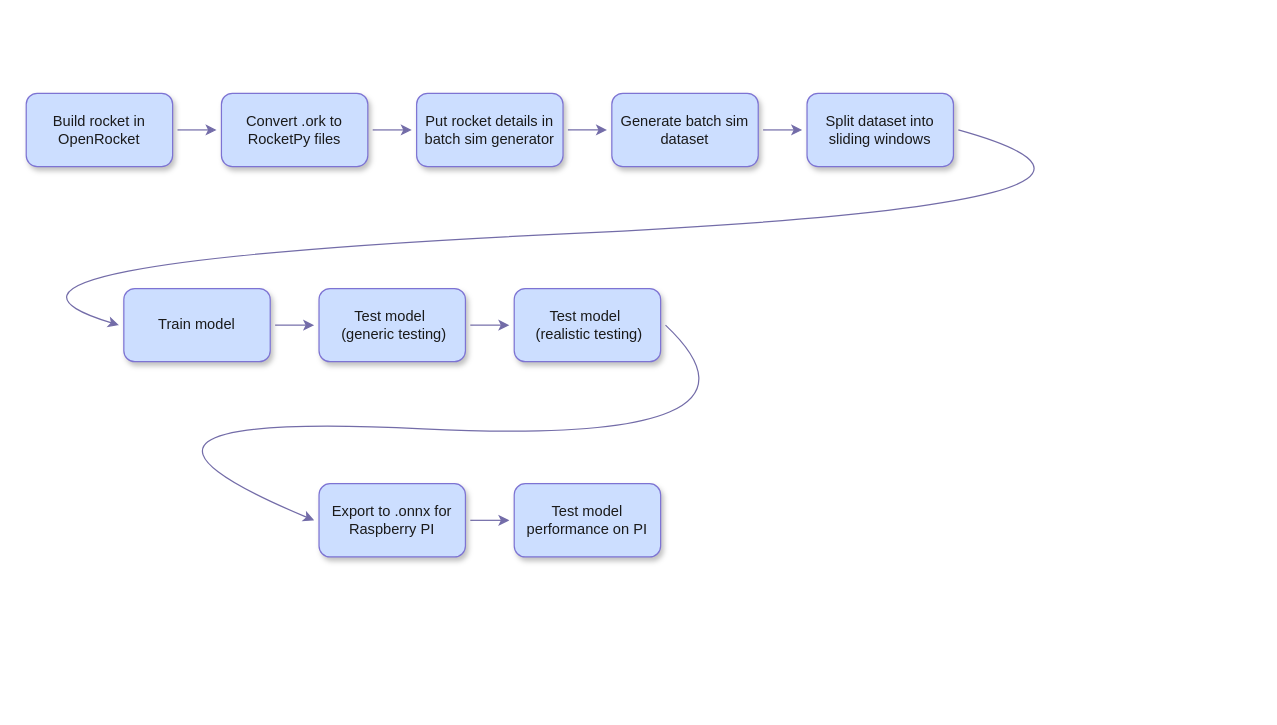
Earlier version of the draw.io diagram page "Page-1" (1 of 2) of block-diagrams/Workflow.drawio (pricedrawdy/ml-apogee-prediction). Source tidied: cells renumbered, new cells numbered last; positions are measured from the earlier drawing's top-left corner, leaving out a move shared by most shapes. Both pictures are drawn from the tidied source at 122%, with x=0, y=0 at pixel (-84, 93).
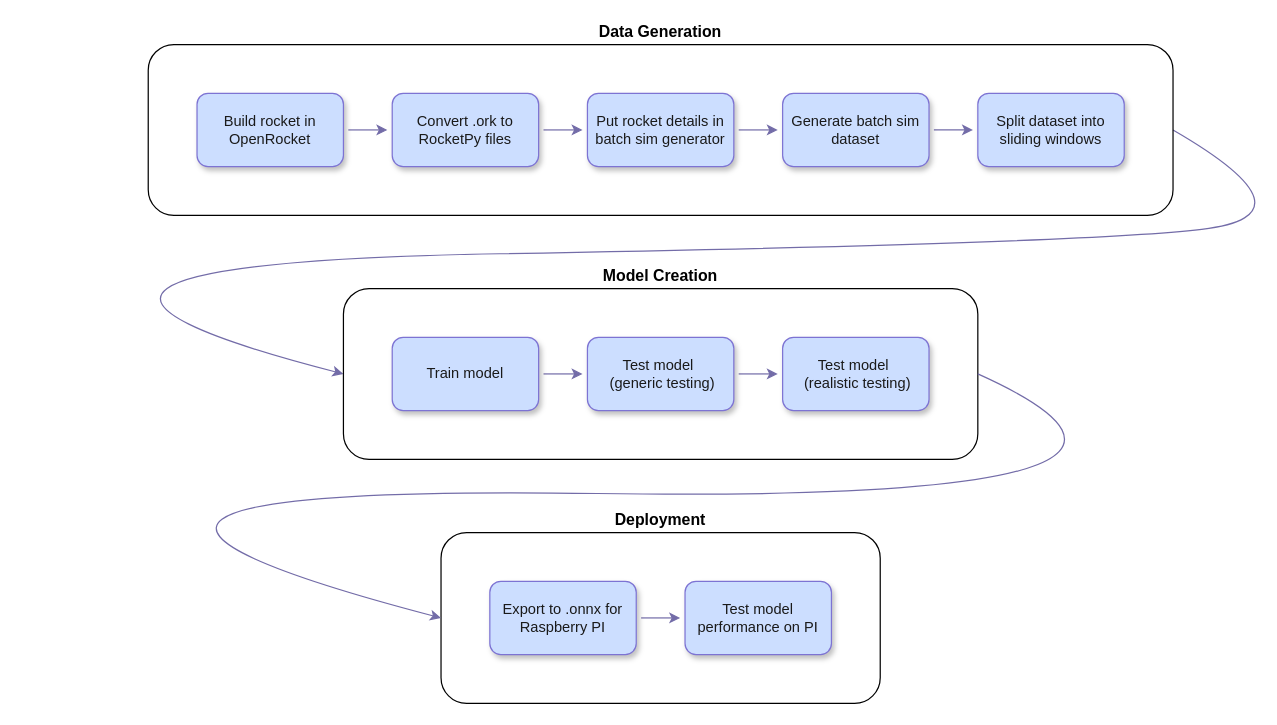
After the change.

Commit message:
better organization

The edit, as a diff of the source:
```diff
@@
     <mxCell id="3" value="Put rocket details in batch sim generator" style="rounded=1;whiteSpace=wrap;html=1;labelBackgroundColor=none;fillColor=#CCDEFF;strokeColor=light-dark(#7d73d3, #3b394a);fontColor=#1A1A1A;glass=0;shadow=1;perimeterSpacing=4;spacing=2;spacingLeft=4;spacingRight=4;" parent="1" vertex="1">
-      <mxGeometry x="410" width="120" height="60" as="geometry" />
+      <mxGeometry x="550" width="120" height="60" as="geometry" />
     </mxCell>
@@
     <mxCell id="5" value="Convert .ork to RocketPy files" style="rounded=1;whiteSpace=wrap;html=1;labelBackgroundColor=none;fillColor=#CCDEFF;strokeColor=light-dark(#7d73d3, #3b394a);fontColor=#1A1A1A;glass=0;shadow=1;perimeterSpacing=4;spacing=2;spacingLeft=4;spacingRight=4;" parent="1" vertex="1">
-      <mxGeometry x="250" width="120" height="60" as="geometry" />
+      <mxGeometry x="390" width="120" height="60" as="geometry" />
     </mxCell>
@@
     <mxCell id="7" value="Build rocket in OpenRocket" style="rounded=1;whiteSpace=wrap;html=1;labelBackgroundColor=none;fillColor=#CCDEFF;strokeColor=light-dark(#7d73d3, #3b394a);fontColor=#1A1A1A;glass=0;shadow=1;perimeterSpacing=4;spacing=2;spacingLeft=4;spacingRight=4;" parent="1" vertex="1">
-      <mxGeometry x="90" width="120" height="60" as="geometry" />
+      <mxGeometry x="230" width="120" height="60" as="geometry" />
     </mxCell>
@@
     <mxCell id="9" value="Generate batch sim dataset" style="rounded=1;whiteSpace=wrap;html=1;labelBackgroundColor=none;fillColor=#CCDEFF;strokeColor=light-dark(#7d73d3, #3b394a);fontColor=#1A1A1A;glass=0;shadow=1;perimeterSpacing=4;spacing=2;spacingLeft=4;spacingRight=4;" parent="1" vertex="1">
-      <mxGeometry x="570" width="120" height="60" as="geometry" />
+      <mxGeometry x="710" width="120" height="60" as="geometry" />
     </mxCell>
     <mxCell id="10" value="Split dataset into sliding windows" style="rounded=1;whiteSpace=wrap;html=1;labelBackgroundColor=none;fillColor=#CCDEFF;strokeColor=light-dark(#7d73d3, #3b394a);fontColor=#1A1A1A;glass=0;shadow=1;perimeterSpacing=4;spacing=2;spacingLeft=4;spacingRight=4;" parent="1" vertex="1">
-      <mxGeometry x="730" width="120" height="60" as="geometry" />
+      <mxGeometry x="870" width="120" height="60" as="geometry" />
     </mxCell>
@@
     <mxCell id="12" value="Train model" style="rounded=1;whiteSpace=wrap;html=1;labelBackgroundColor=none;fillColor=#CCDEFF;strokeColor=light-dark(#7d73d3, #3b394a);fontColor=#1A1A1A;glass=0;shadow=1;perimeterSpacing=4;spacing=2;spacingLeft=4;spacingRight=4;" parent="1" vertex="1">
-      <mxGeometry x="170" y="160" width="120" height="60" as="geometry" />
+      <mxGeometry x="390" y="200" width="120" height="60" as="geometry" />
     </mxCell>
@@
     <mxCell id="14" value="Test model&amp;nbsp; &amp;nbsp;(generic testing)" style="rounded=1;whiteSpace=wrap;html=1;labelBackgroundColor=none;fillColor=#CCDEFF;strokeColor=light-dark(#7d73d3, #3b394a);fontColor=#1A1A1A;glass=0;shadow=1;perimeterSpacing=4;spacing=2;spacingLeft=4;spacingRight=4;" parent="1" vertex="1">
-      <mxGeometry x="330" y="160" width="120" height="60" as="geometry" />
+      <mxGeometry x="550" y="200" width="120" height="60" as="geometry" />
     </mxCell>
     <mxCell id="15" value="Test model&amp;nbsp; &amp;nbsp;(realistic testing)" style="rounded=1;whiteSpace=wrap;html=1;labelBackgroundColor=none;fillColor=#CCDEFF;strokeColor=light-dark(#7d73d3, #3b394a);fontColor=#1A1A1A;glass=0;shadow=1;perimeterSpacing=4;spacing=2;spacingLeft=4;spacingRight=4;" parent="1" vertex="1">
-      <mxGeometry x="490" y="160" width="120" height="60" as="geometry" />
+      <mxGeometry x="710" y="200" width="120" height="60" as="geometry" />
     </mxCell>
@@
     <mxCell id="17" value="Export to .onnx for Raspberry PI" style="rounded=1;whiteSpace=wrap;html=1;labelBackgroundColor=none;fillColor=#CCDEFF;strokeColor=light-dark(#7d73d3, #3b394a);fontColor=#1A1A1A;glass=0;shadow=1;perimeterSpacing=4;spacing=2;spacingLeft=4;spacingRight=4;" parent="1" vertex="1">
-      <mxGeometry x="330" y="320" width="120" height="60" as="geometry" />
+      <mxGeometry x="470" y="400" width="120" height="60" as="geometry" />
     </mxCell>
     <mxCell id="18" value="Test model performance on PI" style="rounded=1;whiteSpace=wrap;html=1;labelBackgroundColor=none;fillColor=#CCDEFF;strokeColor=light-dark(#7d73d3, #3b394a);fontColor=#1A1A1A;glass=0;shadow=1;perimeterSpacing=4;spacing=2;spacingLeft=4;spacingRight=4;" parent="1" vertex="1">
-      <mxGeometry x="490" y="320" width="120" height="60" as="geometry" />
+      <mxGeometry x="630" y="400" width="120" height="60" as="geometry" />
     </mxCell>
-    <mxCell id="19" style="curved=1;endArrow=classic;html=1;rounded=0;strokeColor=#736CA8;fontColor=#1A1A1A;exitX=1;exitY=0.5;exitDx=0;exitDy=0;entryX=0;entryY=0.5;entryDx=0;entryDy=0;" parent="1" edge="1" source="10" target="12">
+    <mxCell id="19" style="curved=1;endArrow=classic;html=1;rounded=0;strokeColor=#736CA8;fontColor=#1A1A1A;entryX=0;entryY=0.5;entryDx=0;entryDy=0;exitX=1;exitY=0.5;exitDx=0;exitDy=0;" parent="1" edge="1" source="21" target="22">
       <mxGeometry relative="1" as="geometry">
         <Array as="points">
-          <mxPoint x="1070" y="90" />
+          <mxPoint x="1151" y="100" />
+          <mxPoint x="956" y="123" />
           <mxPoint y="140" />
         </Array>
       </mxGeometry>
     </mxCell>
-    <mxCell id="20" style="curved=1;endArrow=classic;html=1;rounded=0;strokeColor=#736CA8;fontColor=#1A1A1A;exitX=1;exitY=0.5;exitDx=0;exitDy=0;entryX=0;entryY=0.5;entryDx=0;entryDy=0;" parent="1" edge="1" source="15" target="17">
-      <mxGeometry relative="1" as="geometry">
-        <Array as="points">
-          <mxPoint x="720" y="290" />
-          <mxPoint x="110" y="260" />
-        </Array>
-      </mxGeometry>
-    </mxCell>
+    <mxCell id="21" value="&lt;b&gt;&lt;font style=&quot;font-size: 13px;&quot;&gt;Data Generation&lt;/font&gt;&lt;/b&gt;" style="rounded=1;whiteSpace=wrap;html=1;fillColor=none;shadow=0;labelPosition=center;verticalLabelPosition=top;align=center;verticalAlign=bottom;labelBackgroundColor=none;textShadow=0;labelBorderColor=none;" parent="1" vertex="1">
+      <mxGeometry x="190" y="-40" width="840" height="140" as="geometry" />
+    </mxCell>
+    <mxCell id="22" value="&lt;b&gt;&lt;font style=&quot;font-size: 13px;&quot;&gt;Model Creation&lt;/font&gt;&lt;/b&gt;" style="rounded=1;whiteSpace=wrap;html=1;fillColor=none;shadow=0;labelPosition=center;verticalLabelPosition=top;align=center;verticalAlign=bottom;labelBackgroundColor=none;textShadow=0;labelBorderColor=none;" parent="1" vertex="1">
+      <mxGeometry x="350" y="160" width="520" height="140" as="geometry" />
+    </mxCell>
+    <mxCell id="23" value="&lt;b&gt;&lt;font style=&quot;font-size: 13px;&quot;&gt;Deployment&lt;/font&gt;&lt;/b&gt;" style="rounded=1;whiteSpace=wrap;html=1;fillColor=none;shadow=0;labelPosition=center;verticalLabelPosition=top;align=center;verticalAlign=bottom;labelBackgroundColor=none;textShadow=0;labelBorderColor=none;" parent="1" vertex="1">
+      <mxGeometry x="430" y="360" width="360" height="140" as="geometry" />
+    </mxCell>
+    <mxCell id="24" style="curved=1;endArrow=classic;html=1;rounded=0;strokeColor=#736CA8;exitX=1;exitY=0.5;exitDx=0;exitDy=0;entryX=0;entryY=0.5;entryDx=0;entryDy=0;" parent="1" edge="1" source="22" target="23">
+      <mxGeometry relative="1" as="geometry">
+        <Array as="points">
+          <mxPoint x="1106" y="336" />
+          <mxPoint x="10" y="320" />
+        </Array>
+      </mxGeometry>
+    </mxCell>
```
